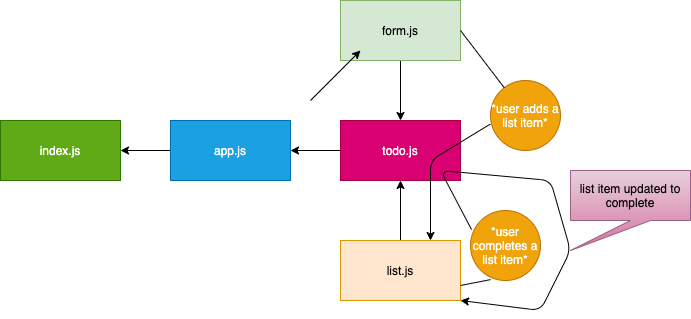
The draw.io diagram assets/uml-todo.drawio.png in dcalhoun286/todo, before a commit. Source tidied: cells renumbered, new cells last; positions are measured from the earlier drawing's top-left corner, leaving out a move shared by most shapes. Its diagram source:
```xml
<mxGraphModel>
  <root>
    <mxCell id="0" />
    <mxCell id="1" parent="0" />
    <mxCell id="2" value="index.js" style="rounded=0;whiteSpace=wrap;html=1;fillColor=#60a917;strokeColor=#2D7600;fontColor=#ffffff;" parent="1" vertex="1">
      <mxGeometry y="120" width="120" height="60" as="geometry" />
    </mxCell>
    <mxCell id="3" style="edgeStyle=orthogonalEdgeStyle;rounded=0;jettySize=auto;html=1;entryX=1;entryY=0.5;entryDx=0;entryDy=0;" parent="1" edge="1" source="4" target="2">
      <mxGeometry relative="1" as="geometry" />
    </mxCell>
    <mxCell id="4" value="app.js" style="rounded=0;whiteSpace=wrap;html=1;fillColor=#1ba1e2;strokeColor=#006EAF;fontColor=#ffffff;" parent="1" vertex="1">
      <mxGeometry x="170" y="120" width="120" height="60" as="geometry" />
    </mxCell>
    <mxCell id="5" style="edgeStyle=orthogonalEdgeStyle;rounded=0;jettySize=auto;html=1;entryX=1;entryY=0.5;entryDx=0;entryDy=0;" parent="1" edge="1" source="6" target="4">
      <mxGeometry relative="1" as="geometry" />
    </mxCell>
    <mxCell id="6" value="todo.js" style="rounded=0;whiteSpace=wrap;html=1;fillColor=#d80073;strokeColor=#A50040;fontColor=#ffffff;" parent="1" vertex="1">
      <mxGeometry x="340" y="120" width="120" height="60" as="geometry" />
    </mxCell>
    <mxCell id="7" style="edgeStyle=orthogonalEdgeStyle;rounded=0;jettySize=auto;html=1;entryX=0.5;entryY=1;entryDx=0;entryDy=0;" parent="1" edge="1" source="8" target="6">
      <mxGeometry relative="1" as="geometry" />
    </mxCell>
    <mxCell id="8" value="list.js" style="rounded=0;whiteSpace=wrap;html=1;fillColor=#ffe6cc;strokeColor=#d79b00;fontColor=#000000;" parent="1" vertex="1">
      <mxGeometry x="340" y="240" width="120" height="60" as="geometry" />
    </mxCell>
    <mxCell id="9" style="edgeStyle=orthogonalEdgeStyle;rounded=0;jettySize=auto;html=1;entryX=0.5;entryY=0;entryDx=0;entryDy=0;" parent="1" edge="1" source="10" target="6">
      <mxGeometry relative="1" as="geometry" />
    </mxCell>
    <mxCell id="10" value="&lt;font color=&quot;#000000&quot;&gt;form.js&lt;/font&gt;" style="rounded=0;whiteSpace=wrap;html=1;fillColor=#d5e8d4;strokeColor=#82b366;" parent="1" vertex="1">
      <mxGeometry x="340" width="120" height="60" as="geometry" />
    </mxCell>
    <mxCell id="11" value="&lt;font color=&quot;#ffffff&quot;&gt;*user adds a list item*&lt;/font&gt;" style="ellipse;whiteSpace=wrap;html=1;fontColor=#ffffff;fillColor=#f0a30a;strokeColor=#BD7000;" parent="1" vertex="1">
      <mxGeometry x="490" y="80" width="70" height="70" as="geometry" />
    </mxCell>
    <mxCell id="12" style="endArrow=none;html=1;fontColor=#000000;" parent="1" edge="1" target="11">
      <mxGeometry relative="1" as="geometry">
        <mxPoint x="460" y="30" as="sourcePoint" />
      </mxGeometry>
    </mxCell>
    <mxCell id="13" style="endArrow=classic;html=1;fontColor=#000000;entryX=0.75;entryY=0;entryDx=0;entryDy=0;exitX=-0.003;exitY=0.623;exitDx=0;exitDy=0;exitPerimeter=0;" parent="1" edge="1" source="11" target="8">
      <mxGeometry relative="1" as="geometry">
        <Array as="points">
          <mxPoint x="430" y="160" />
        </Array>
      </mxGeometry>
    </mxCell>
    <mxCell id="14" value="&lt;font color=&quot;#ffffff&quot;&gt;*user completes a list item*&lt;/font&gt;" style="ellipse;whiteSpace=wrap;html=1;fontColor=#ffffff;fillColor=#f0a30a;strokeColor=#BD7000;" parent="1" vertex="1">
      <mxGeometry x="470" y="210" width="70" height="70" as="geometry" />
    </mxCell>
    <mxCell id="15" style="endArrow=classic;html=1;fontColor=#000000;" parent="1" edge="1">
      <mxGeometry relative="1" as="geometry">
        <mxPoint x="310" y="100" as="sourcePoint" />
        <mxPoint x="360" y="50" as="targetPoint" />
      </mxGeometry>
    </mxCell>
    <mxCell id="16" style="endArrow=none;html=1;fontColor=#000000;entryX=0.287;entryY=0.987;entryDx=0;entryDy=0;entryPerimeter=0;exitX=1;exitY=0.75;exitDx=0;exitDy=0;" parent="1" edge="1" source="8" target="14">
      <mxGeometry relative="1" as="geometry" />
    </mxCell>
    <mxCell id="17" style="endArrow=classic;html=1;fontColor=#000000;exitX=0.015;exitY=0.273;exitDx=0;exitDy=0;exitPerimeter=0;entryX=1;entryY=1;entryDx=0;entryDy=0;" parent="1" edge="1" source="14" target="8">
      <mxGeometry relative="1" as="geometry">
        <Array as="points">
          <mxPoint x="440" y="170" />
          <mxPoint x="550" y="180" />
          <mxPoint x="570" y="250" />
          <mxPoint x="540" y="310" />
        </Array>
      </mxGeometry>
    </mxCell>
    <mxCell id="18" value="list item updated to complete" style="shape=callout;whiteSpace=wrap;html=1;perimeter=calloutPerimeter;position2=0;gradientColor=#d5739d;fillColor=#e6d0de;strokeColor=#996185;fontColor=#000000;" parent="1" vertex="1">
      <mxGeometry x="570" y="170" width="120" height="80" as="geometry" />
    </mxCell>
  </root>
</mxGraphModel>
```
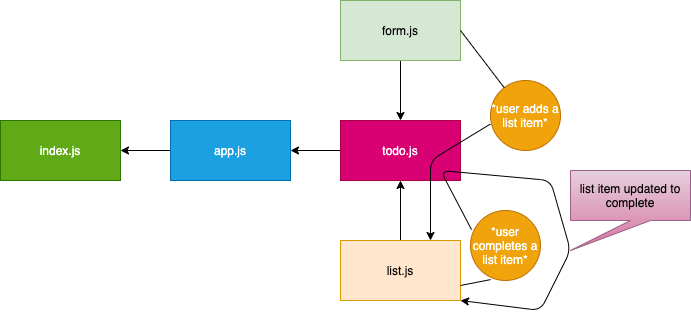
After the commit.

Commit message:
unneeded arrow deleted

What changed in the source:
```diff
@@ -47,12 +47,6 @@
     <mxCell id="14" value="&lt;font color=&quot;#ffffff&quot;&gt;*user completes a list item*&lt;/font&gt;" style="ellipse;whiteSpace=wrap;html=1;fontColor=#ffffff;fillColor=#f0a30a;strokeColor=#BD7000;" parent="1" vertex="1">
       <mxGeometry x="470" y="210" width="70" height="70" as="geometry" />
     </mxCell>
-    <mxCell id="15" style="endArrow=classic;html=1;fontColor=#000000;" parent="1" edge="1">
-      <mxGeometry relative="1" as="geometry">
-        <mxPoint x="310" y="100" as="sourcePoint" />
-        <mxPoint x="360" y="50" as="targetPoint" />
-      </mxGeometry>
-    </mxCell>
     <mxCell id="16" style="endArrow=none;html=1;fontColor=#000000;entryX=0.287;entryY=0.987;entryDx=0;entryDy=0;entryPerimeter=0;exitX=1;exitY=0.75;exitDx=0;exitDy=0;" parent="1" edge="1" source="8" target="14">
       <mxGeometry relative="1" as="geometry" />
     </mxCell>
```
